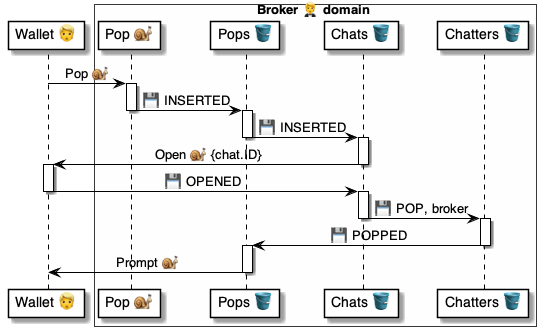
Above: 4 ⚙️ Solution/20 🧑‍🦰 UI/Brokers 🤵/🤵🪣 Broker tables/Pops 🎈 table/🪣🧱 11 Pop ⏩ flow/🤵 Broker.Pops.Pop ⚙️ uml.png in pollyweb-org/pollyweb-docs (PlantUML), before the change. Its source is kept beside it as 4 ⚙️ Solution/20 🧑‍🦰 UI/Brokers 🤵/🤵🪣 Broker tables/Pops 🎈 table/🪣🧱 11 Pop ⏩ flow/🤵 Broker.Pops.Pop ⚙️ uml.puml. Its diagram source:
```plantuml
@startuml Broker.Pops

participant "Wallet 👱" as wallet
box Broker 🤵 domain #FFFFFA
    participant "Pop 🐌" as pop
    participant "Pops 🪣" as pops
    participant "Chats 🪣" as chats
    participant "Chatters 🪣" as chatters
end box


wallet -> pop: Pop 🐌

activate pop
    pop -> pops: 💾 INSERTED
deactivate pop

activate pops
    pops -> chats: 💾 INSERTED
deactivate pops

activate chats
    chats -> wallet: Open 🐌 {chat.ID}
deactivate chats

activate wallet
    wallet -> chats: 💾 OPENED
deactivate wallet

activate chats
    chats -> chatters: 💾 POP, broker
deactivate chats

activate chatters
    chatters -> pops: 💾 POPPED
deactivate chatters

activate pops
    pops -> wallet: Prompt 🐌
deactivate pops


@enduml
```
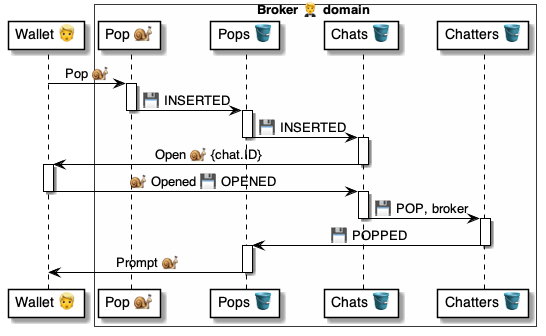
The same file after the commit.

The edit, as a diff of the source:
```diff
@@ -24,7 +24,7 @@
 deactivate chats
 
 activate wallet
-    wallet -> chats: 💾 OPENED
+    wallet -> chats: 🐌 Opened 💾 OPENED
 deactivate wallet
 
 activate chats
```
